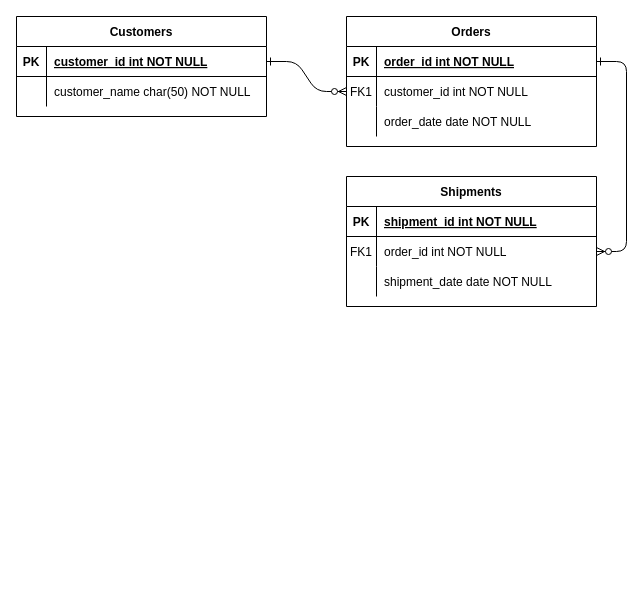
TORRESANCHEZ/clase keeps this draw.io diagram as Untitled Diagram.drawio. Above is the earlier version. Source tidied: cells renumbered, new cells numbered last; positions are measured from the earlier drawing's top-left corner, leaving out a move shared by most shapes. Both pictures are drawn from the tidied source at 100%, with x=0, y=0 at pixel (16, 16).
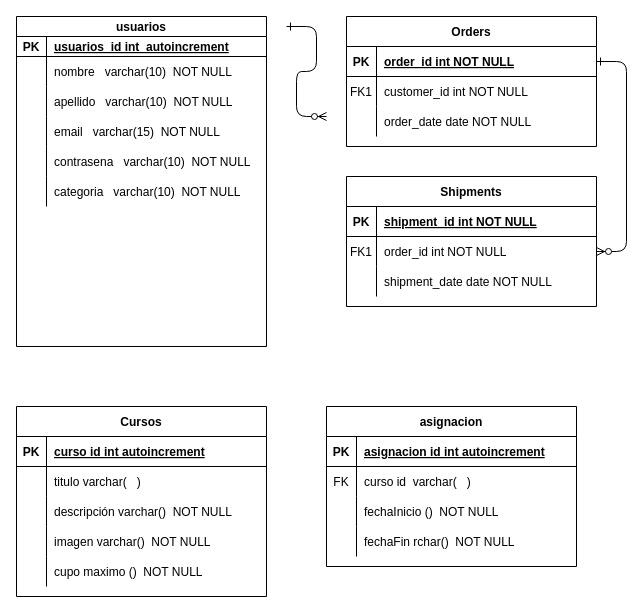
After the change.

Commit message:
Clase34_BaseDatosModel

Unchanged cells that the change refers to:
```xml
<mxCell id="8" style="shape=partialRectangle;fillColor=none;points=[[0,0.5],[1,0.5]];portConstraint=eastwest;top=0;left=0;right=0;bottom=0;" parent="4" vertex="1">
  <mxGeometry y="60" width="250" height="30" as="geometry" />
</mxCell>
```

What changed in the source:
```diff
@@
-    <mxCell id="2" style="edgeStyle=entityRelationEdgeStyle;endArrow=ERzeroToMany;startArrow=ERone;endFill=1;startFill=0;" parent="1" edge="1" source="25" target="8">
-      <mxGeometry relative="1" as="geometry" />
+    <mxCell id="2" style="edgeStyle=entityRelationEdgeStyle;endArrow=ERzeroToMany;startArrow=ERone;endFill=1;startFill=0;" parent="1" edge="1">
+      <mxGeometry relative="1" as="geometry">
+        <mxPoint x="270" y="10" as="sourcePoint" />
+        <mxPoint x="310" y="100" as="targetPoint" />
+      </mxGeometry>
     </mxCell>
@@
-    <mxCell id="24" value="Customers" style="shape=table;startSize=30;childLayout=tableLayout;rowLines=0;fontStyle=1;align=center;" parent="1" vertex="1">
-      <mxGeometry width="250" height="100" as="geometry" />
+    <mxCell id="24" value="usuarios" style="shape=table;startSize=20;childLayout=tableLayout;rowLines=0;fontStyle=1;align=center;" parent="1" vertex="1">
+      <mxGeometry width="250" height="330" as="geometry" />
     </mxCell>
     <mxCell id="25" style="shape=partialRectangle;fillColor=none;points=[[0,0.5],[1,0.5]];portConstraint=eastwest;top=0;left=0;right=0;bottom=1;" parent="24" vertex="1">
-      <mxGeometry y="30" width="250" height="30" as="geometry" />
+      <mxGeometry y="20" width="250" height="20" as="geometry" />
     </mxCell>
     <mxCell id="26" value="PK" style="shape=partialRectangle;overflow=hidden;fillColor=none;top=0;left=0;bottom=0;right=0;fontStyle=1;" parent="25" vertex="1">
-      <mxGeometry width="30" height="30" as="geometry" />
+      <mxGeometry width="30" height="20" as="geometry" />
     </mxCell>
-    <mxCell id="27" value="customer_id int NOT NULL " style="shape=partialRectangle;overflow=hidden;fillColor=none;top=0;left=0;bottom=0;right=0;align=left;spacingLeft=6;fontStyle=5;" parent="25" vertex="1">
-      <mxGeometry x="30" width="220" height="30" as="geometry" />
+    <mxCell id="27" value="usuarios_id int  autoincrement" style="shape=partialRectangle;overflow=hidden;fillColor=none;top=0;left=0;bottom=0;right=0;align=left;spacingLeft=6;fontStyle=5;" parent="25" vertex="1">
+      <mxGeometry x="30" width="220" height="20" as="geometry" />
     </mxCell>
     <mxCell id="28" style="shape=partialRectangle;fillColor=none;top=0;left=0;right=0;bottom=0;" parent="24" vertex="1">
-      <mxGeometry y="60" width="250" height="30" as="geometry" />
+      <mxGeometry y="40" width="250" height="30" as="geometry" />
     </mxCell>
@@
-    <mxCell id="30" value="customer_name char(50) NOT NULL" style="shape=partialRectangle;overflow=hidden;fillColor=none;top=0;left=0;bottom=0;right=0;align=left;spacingLeft=6;" parent="28" vertex="1">
+    <mxCell id="30" value="nombre   varchar(10)  NOT NULL" style="shape=partialRectangle;overflow=hidden;fillColor=none;top=0;left=0;bottom=0;right=0;align=left;spacingLeft=6;" parent="28" vertex="1">
       <mxGeometry x="30" width="220" height="30" as="geometry" />
     </mxCell>
+    <mxCell id="31" style="shape=partialRectangle;fillColor=none;top=0;left=0;right=0;bottom=0;" parent="24" vertex="1">
+      <mxGeometry y="70" width="250" height="30" as="geometry" />
+    </mxCell>
+    <mxCell id="32" style="shape=partialRectangle;overflow=hidden;fillColor=none;top=0;left=0;bottom=0;right=0;" parent="31" vertex="1">
+      <mxGeometry width="30" height="30" as="geometry" />
+    </mxCell>
+    <mxCell id="33" value="apellido   varchar(10)  NOT NULL" style="shape=partialRectangle;overflow=hidden;fillColor=none;top=0;left=0;bottom=0;right=0;align=left;spacingLeft=6;" parent="31" vertex="1">
+      <mxGeometry x="30" width="220" height="30" as="geometry" />
+    </mxCell>
+    <mxCell id="34" style="shape=partialRectangle;fillColor=none;top=0;left=0;right=0;bottom=0;" parent="24" vertex="1">
+      <mxGeometry y="100" width="250" height="30" as="geometry" />
+    </mxCell>
+    <mxCell id="35" style="shape=partialRectangle;overflow=hidden;fillColor=none;top=0;left=0;bottom=0;right=0;" parent="34" vertex="1">
+      <mxGeometry width="30" height="30" as="geometry" />
+    </mxCell>
+    <mxCell id="36" value="email   varchar(15)  NOT NULL" style="shape=partialRectangle;overflow=hidden;fillColor=none;top=0;left=0;bottom=0;right=0;align=left;spacingLeft=6;" parent="34" vertex="1">
+      <mxGeometry x="30" width="220" height="30" as="geometry" />
+    </mxCell>
+    <mxCell id="37" style="shape=partialRectangle;fillColor=none;top=0;left=0;right=0;bottom=0;" parent="24" vertex="1">
+      <mxGeometry y="130" width="250" height="30" as="geometry" />
+    </mxCell>
+    <mxCell id="38" style="shape=partialRectangle;overflow=hidden;fillColor=none;top=0;left=0;bottom=0;right=0;" parent="37" vertex="1">
+      <mxGeometry width="30" height="30" as="geometry" />
+    </mxCell>
+    <mxCell id="39" value="contrasena   varchar(10)  NOT NULL" style="shape=partialRectangle;overflow=hidden;fillColor=none;top=0;left=0;bottom=0;right=0;align=left;spacingLeft=6;" parent="37" vertex="1">
+      <mxGeometry x="30" width="220" height="30" as="geometry" />
+    </mxCell>
+    <mxCell id="40" style="shape=partialRectangle;fillColor=none;top=0;left=0;right=0;bottom=0;" parent="24" vertex="1">
+      <mxGeometry y="160" width="250" height="30" as="geometry" />
+    </mxCell>
+    <mxCell id="41" style="shape=partialRectangle;overflow=hidden;fillColor=none;top=0;left=0;bottom=0;right=0;" parent="40" vertex="1">
+      <mxGeometry width="30" height="30" as="geometry" />
+    </mxCell>
+    <mxCell id="42" value="categoria   varchar(10)  NOT NULL" style="shape=partialRectangle;overflow=hidden;fillColor=none;top=0;left=0;bottom=0;right=0;align=left;spacingLeft=6;" parent="40" vertex="1">
+      <mxGeometry x="30" width="220" height="30" as="geometry" />
+    </mxCell>
+    <mxCell id="43" value="Cursos" style="shape=table;startSize=30;childLayout=tableLayout;rowLines=0;fontStyle=1;align=center;" parent="1" vertex="1">
+      <mxGeometry y="390" width="250" height="190" as="geometry" />
+    </mxCell>
+    <mxCell id="44" style="shape=partialRectangle;fillColor=none;top=0;left=0;right=0;bottom=1;" parent="43" vertex="1">
+      <mxGeometry y="30" width="250" height="30" as="geometry" />
+    </mxCell>
+    <mxCell id="45" value="PK" style="shape=partialRectangle;overflow=hidden;fillColor=none;top=0;left=0;bottom=0;right=0;fontStyle=1;" parent="44" vertex="1">
+      <mxGeometry width="30" height="30" as="geometry" />
+    </mxCell>
+    <mxCell id="46" value="curso id int autoincrement" style="shape=partialRectangle;overflow=hidden;fillColor=none;top=0;left=0;bottom=0;right=0;align=left;spacingLeft=6;fontStyle=5;" parent="44" vertex="1">
+      <mxGeometry x="30" width="220" height="30" as="geometry" />
+    </mxCell>
+    <mxCell id="47" style="shape=partialRectangle;fillColor=none;top=0;left=0;right=0;bottom=0;" parent="43" vertex="1">
+      <mxGeometry y="60" width="250" height="30" as="geometry" />
+    </mxCell>
+    <mxCell id="48" style="shape=partialRectangle;overflow=hidden;fillColor=none;top=0;left=0;bottom=0;right=0;" parent="47" vertex="1">
+      <mxGeometry width="30" height="30" as="geometry" />
+    </mxCell>
+    <mxCell id="49" value="titulo varchar(   )" style="shape=partialRectangle;overflow=hidden;fillColor=none;top=0;left=0;bottom=0;right=0;align=left;spacingLeft=6;" parent="47" vertex="1">
+      <mxGeometry x="30" width="220" height="30" as="geometry" />
+    </mxCell>
+    <mxCell id="50" style="shape=partialRectangle;fillColor=none;top=0;left=0;right=0;bottom=0;" parent="43" vertex="1">
+      <mxGeometry y="90" width="250" height="30" as="geometry" />
+    </mxCell>
+    <mxCell id="51" style="shape=partialRectangle;overflow=hidden;fillColor=none;top=0;left=0;bottom=0;right=0;" parent="50" vertex="1">
+      <mxGeometry width="30" height="30" as="geometry" />
+    </mxCell>
+    <mxCell id="52" value="descripción varchar()  NOT NULL" style="shape=partialRectangle;overflow=hidden;fillColor=none;top=0;left=0;bottom=0;right=0;align=left;spacingLeft=6;" parent="50" vertex="1">
+      <mxGeometry x="30" width="220" height="30" as="geometry" />
+    </mxCell>
+    <mxCell id="53" style="shape=partialRectangle;fillColor=none;top=0;left=0;right=0;bottom=0;" parent="43" vertex="1">
+      <mxGeometry y="120" width="250" height="30" as="geometry" />
+    </mxCell>
+    <mxCell id="54" style="shape=partialRectangle;overflow=hidden;fillColor=none;top=0;left=0;bottom=0;right=0;" parent="53" vertex="1">
+      <mxGeometry width="30" height="30" as="geometry" />
+    </mxCell>
+    <mxCell id="55" value="imagen varchar()  NOT NULL" style="shape=partialRectangle;overflow=hidden;fillColor=none;top=0;left=0;bottom=0;right=0;align=left;spacingLeft=6;" parent="53" vertex="1">
+      <mxGeometry x="30" width="220" height="30" as="geometry" />
+    </mxCell>
+    <mxCell id="56" style="shape=partialRectangle;fillColor=none;top=0;left=0;right=0;bottom=0;" parent="43" vertex="1">
+      <mxGeometry y="150" width="250" height="30" as="geometry" />
+    </mxCell>
+    <mxCell id="57" style="shape=partialRectangle;overflow=hidden;fillColor=none;top=0;left=0;bottom=0;right=0;" parent="56" vertex="1">
+      <mxGeometry width="30" height="30" as="geometry" />
+    </mxCell>
+    <mxCell id="58" value="cupo maximo ()  NOT NULL" style="shape=partialRectangle;overflow=hidden;fillColor=none;top=0;left=0;bottom=0;right=0;align=left;spacingLeft=6;" parent="56" vertex="1">
+      <mxGeometry x="30" width="220" height="30" as="geometry" />
+    </mxCell>
+    <mxCell id="59" value="asignacion" style="shape=table;startSize=30;childLayout=tableLayout;rowLines=0;fontStyle=1;align=center;" parent="1" vertex="1">
+      <mxGeometry x="310" y="390" width="250" height="160" as="geometry" />
+    </mxCell>
+    <mxCell id="60" style="shape=partialRectangle;fillColor=none;top=0;left=0;right=0;bottom=1;" parent="59" vertex="1">
+      <mxGeometry y="30" width="250" height="30" as="geometry" />
+    </mxCell>
+    <mxCell id="61" value="PK" style="shape=partialRectangle;overflow=hidden;fillColor=none;top=0;left=0;bottom=0;right=0;fontStyle=1;" parent="60" vertex="1">
+      <mxGeometry width="30" height="30" as="geometry" />
+    </mxCell>
+    <mxCell id="62" value="asignacion id int autoincrement" style="shape=partialRectangle;overflow=hidden;fillColor=none;top=0;left=0;bottom=0;right=0;align=left;spacingLeft=6;fontStyle=5;" parent="60" vertex="1">
+      <mxGeometry x="30" width="220" height="30" as="geometry" />
+    </mxCell>
+    <mxCell id="63" style="shape=partialRectangle;fillColor=none;top=0;left=0;right=0;bottom=0;" parent="59" vertex="1">
+      <mxGeometry y="60" width="250" height="30" as="geometry" />
+    </mxCell>
+    <mxCell id="64" value="FK" style="shape=partialRectangle;overflow=hidden;fillColor=none;top=0;left=0;bottom=0;right=0;" parent="63" vertex="1">
+      <mxGeometry width="30" height="30" as="geometry" />
+    </mxCell>
+    <mxCell id="65" value="curso id  varchar(   )" style="shape=partialRectangle;overflow=hidden;fillColor=none;top=0;left=0;bottom=0;right=0;align=left;spacingLeft=6;" parent="63" vertex="1">
+      <mxGeometry x="30" width="220" height="30" as="geometry" />
+    </mxCell>
+    <mxCell id="66" style="shape=partialRectangle;fillColor=none;top=0;left=0;right=0;bottom=0;" parent="59" vertex="1">
+      <mxGeometry y="90" width="250" height="30" as="geometry" />
+    </mxCell>
+    <mxCell id="67" style="shape=partialRectangle;overflow=hidden;fillColor=none;top=0;left=0;bottom=0;right=0;" parent="66" vertex="1">
+      <mxGeometry width="30" height="30" as="geometry" />
+    </mxCell>
+    <mxCell id="68" value="fechaInicio ()  NOT NULL" style="shape=partialRectangle;overflow=hidden;fillColor=none;top=0;left=0;bottom=0;right=0;align=left;spacingLeft=6;" parent="66" vertex="1">
+      <mxGeometry x="30" width="220" height="30" as="geometry" />
+    </mxCell>
+    <mxCell id="69" style="shape=partialRectangle;fillColor=none;top=0;left=0;right=0;bottom=0;" parent="59" vertex="1">
+      <mxGeometry y="120" width="250" height="30" as="geometry" />
+    </mxCell>
+    <mxCell id="70" style="shape=partialRectangle;overflow=hidden;fillColor=none;top=0;left=0;bottom=0;right=0;" parent="69" vertex="1">
+      <mxGeometry width="30" height="30" as="geometry" />
+    </mxCell>
+    <mxCell id="71" value="fechaFin rchar()  NOT NULL" style="shape=partialRectangle;overflow=hidden;fillColor=none;top=0;left=0;bottom=0;right=0;align=left;spacingLeft=6;" parent="69" vertex="1">
+      <mxGeometry x="30" width="220" height="30" as="geometry" />
+    </mxCell>
```
